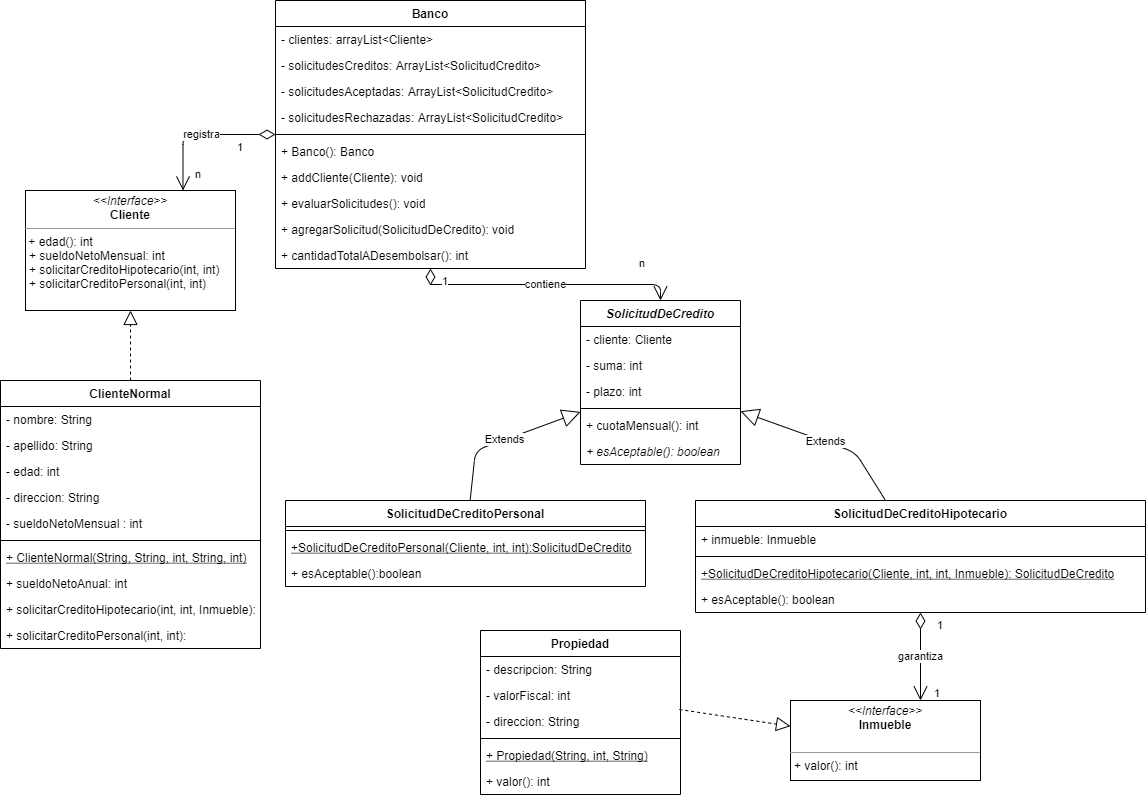
Before: src/tp6/unq/bancoyprestamos/BancoyPrestamos-UML.png, a diagram exported from draw.io (CundariNicolas/unqui-poo2-cundari). Source tidied: cells renumbered, new cells last; positions are measured from the earlier drawing's top-left corner, leaving out a move shared by most shapes.
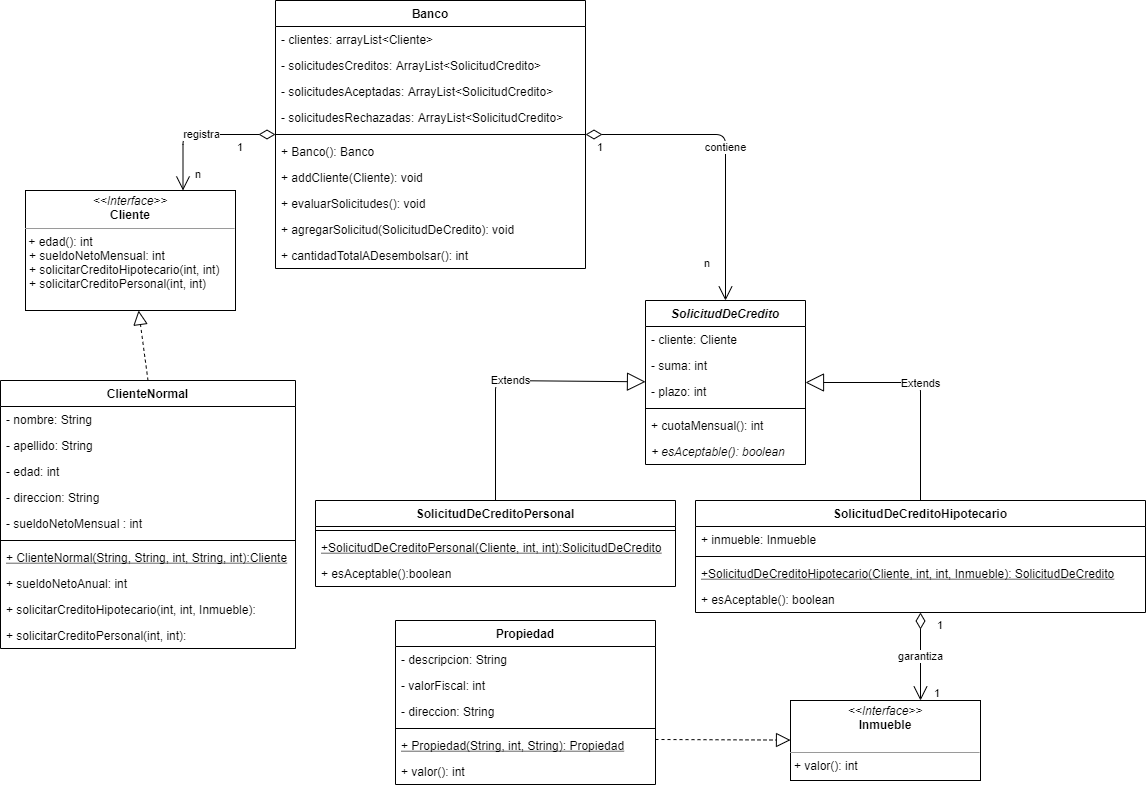
The same file after the commit.

What changed in the source:
```diff
@@ -3,37 +3,37 @@
     <mxCell id="0" />
     <mxCell id="1" parent="0" />
     <mxCell id="2" value="ClienteNormal" style="swimlane;fontStyle=1;align=center;verticalAlign=top;horizontal=1;startSize=26;" parent="1" vertex="1">
-      <mxGeometry y="380" width="260" height="268" as="geometry" />
+      <mxGeometry y="380" width="295" height="268" as="geometry" />
     </mxCell>
     <mxCell id="3" value="- nombre: String" style="text;strokeColor=none;fillColor=none;align=left;verticalAlign=top;spacingLeft=4;spacingRight=4;overflow=hidden;" parent="2" vertex="1">
-      <mxGeometry y="26" width="260" height="26" as="geometry" />
+      <mxGeometry y="26" width="295" height="26" as="geometry" />
     </mxCell>
     <mxCell id="4" value="- apellido: String" style="text;strokeColor=none;fillColor=none;align=left;verticalAlign=top;spacingLeft=4;spacingRight=4;overflow=hidden;" parent="2" vertex="1">
-      <mxGeometry y="52" width="260" height="26" as="geometry" />
+      <mxGeometry y="52" width="295" height="26" as="geometry" />
     </mxCell>
     <mxCell id="5" value="- edad: int" style="text;strokeColor=none;fillColor=none;align=left;verticalAlign=top;spacingLeft=4;spacingRight=4;overflow=hidden;" parent="2" vertex="1">
-      <mxGeometry y="78" width="260" height="26" as="geometry" />
+      <mxGeometry y="78" width="295" height="26" as="geometry" />
     </mxCell>
     <mxCell id="6" value="- direccion: String" style="text;strokeColor=none;fillColor=none;align=left;verticalAlign=top;spacingLeft=4;spacingRight=4;overflow=hidden;" parent="2" vertex="1">
-      <mxGeometry y="104" width="260" height="26" as="geometry" />
+      <mxGeometry y="104" width="295" height="26" as="geometry" />
     </mxCell>
     <mxCell id="7" value="- sueldoNetoMensual : int" style="text;strokeColor=none;fillColor=none;align=left;verticalAlign=top;spacingLeft=4;spacingRight=4;overflow=hidden;" parent="2" vertex="1">
-      <mxGeometry y="130" width="260" height="26" as="geometry" />
+      <mxGeometry y="130" width="295" height="26" as="geometry" />
     </mxCell>
     <mxCell id="8" style="line;strokeWidth=1;fillColor=none;align=left;verticalAlign=middle;spacingTop=-1;spacingLeft=3;spacingRight=3;labelPosition=right;" parent="2" vertex="1">
-      <mxGeometry y="156" width="260" height="8" as="geometry" />
+      <mxGeometry y="156" width="295" height="8" as="geometry" />
     </mxCell>
-    <mxCell id="9" value="+ ClienteNormal(String, String, int, String, int)" style="text;strokeColor=none;fillColor=none;align=left;verticalAlign=top;spacingLeft=4;spacingRight=4;overflow=hidden;fontStyle=4;" parent="2" vertex="1">
-      <mxGeometry y="164" width="260" height="26" as="geometry" />
+    <mxCell id="9" value="+ ClienteNormal(String, String, int, String, int):Cliente" style="text;strokeColor=none;fillColor=none;align=left;verticalAlign=top;spacingLeft=4;spacingRight=4;overflow=hidden;fontStyle=4;" parent="2" vertex="1">
+      <mxGeometry y="164" width="295" height="26" as="geometry" />
     </mxCell>
     <mxCell id="10" value="+ sueldoNetoAnual: int" style="text;strokeColor=none;fillColor=none;align=left;verticalAlign=top;spacingLeft=4;spacingRight=4;overflow=hidden;" parent="2" vertex="1">
-      <mxGeometry y="190" width="260" height="26" as="geometry" />
+      <mxGeometry y="190" width="295" height="26" as="geometry" />
     </mxCell>
     <mxCell id="11" value="+ solicitarCreditoHipotecario(int, int, Inmueble): " style="text;strokeColor=none;fillColor=none;align=left;verticalAlign=top;spacingLeft=4;spacingRight=4;overflow=hidden;" parent="2" vertex="1">
-      <mxGeometry y="216" width="260" height="26" as="geometry" />
+      <mxGeometry y="216" width="295" height="26" as="geometry" />
     </mxCell>
     <mxCell id="12" value="+ solicitarCreditoPersonal(int, int): " style="text;strokeColor=none;fillColor=none;align=left;verticalAlign=top;spacingLeft=4;spacingRight=4;overflow=hidden;" parent="2" vertex="1">
-      <mxGeometry y="242" width="260" height="26" as="geometry" />
+      <mxGeometry y="242" width="295" height="26" as="geometry" />
     </mxCell>
     <mxCell id="13" value="Banco" style="swimlane;fontStyle=1;align=center;verticalAlign=top;horizontal=1;startSize=26;" parent="1" vertex="1">
       <mxGeometry x="275" width="310" height="268" as="geometry" />
@@ -69,7 +69,7 @@
       <mxGeometry y="242" width="310" height="26" as="geometry" />
     </mxCell>
     <mxCell id="24" value="SolicitudDeCredito" style="swimlane;fontStyle=3;align=center;verticalAlign=top;horizontal=1;startSize=26;" parent="1" vertex="1">
-      <mxGeometry x="580" y="300" width="160" height="164" as="geometry" />
+      <mxGeometry x="645" y="300" width="160" height="164" as="geometry" />
     </mxCell>
     <mxCell id="25" value="- cliente: Cliente" style="text;strokeColor=none;fillColor=none;align=left;verticalAlign=top;spacingLeft=4;spacingRight=4;overflow=hidden;" parent="24" vertex="1">
       <mxGeometry y="26" width="160" height="26" as="geometry" />
@@ -96,7 +96,7 @@
       <mxGeometry relative="1" as="geometry" />
     </mxCell>
     <mxCell id="33" value="SolicitudDeCreditoPersonal" style="swimlane;fontStyle=1;align=center;verticalAlign=top;horizontal=1;startSize=26;" parent="1" vertex="1">
-      <mxGeometry x="285" y="500" width="360" height="86" as="geometry" />
+      <mxGeometry x="315" y="500" width="360" height="86" as="geometry" />
     </mxCell>
     <mxCell id="34" style="line;strokeWidth=1;fillColor=none;align=left;verticalAlign=middle;spacingTop=-1;spacingLeft=3;spacingRight=3;labelPosition=right;" parent="33" vertex="1">
       <mxGeometry y="26" width="360" height="8" as="geometry" />
@@ -125,14 +125,14 @@
     <mxCell id="42" value="Extends" style="endArrow=block;endSize=16;endFill=0;html=1;" parent="1" edge="1" source="37" target="24">
       <mxGeometry relative="1" as="geometry">
         <Array as="points">
-          <mxPoint x="855" y="452" />
+          <mxPoint x="920" y="382" />
         </Array>
       </mxGeometry>
     </mxCell>
     <mxCell id="43" value="Extends" style="endArrow=block;endSize=16;endFill=0;html=1;" parent="1" edge="1" source="33" target="24">
       <mxGeometry relative="1" as="geometry">
         <Array as="points">
-          <mxPoint x="475" y="450" />
+          <mxPoint x="495" y="380" />
         </Array>
       </mxGeometry>
     </mxCell>
@@ -166,27 +166,27 @@
       <mxGeometry x="790" y="700" width="190" height="80" as="geometry" />
     </mxCell>
     <mxCell id="51" value="Propiedad" style="swimlane;fontStyle=1;align=center;verticalAlign=top;horizontal=1;startSize=26;" parent="1" vertex="1">
-      <mxGeometry x="480" y="630" width="200" height="164" as="geometry" />
+      <mxGeometry x="395" y="620" width="260" height="164" as="geometry" />
     </mxCell>
     <mxCell id="52" value="- descripcion: String" style="text;strokeColor=none;fillColor=none;align=left;verticalAlign=top;spacingLeft=4;spacingRight=4;overflow=hidden;" parent="51" vertex="1">
-      <mxGeometry y="26" width="200" height="26" as="geometry" />
+      <mxGeometry y="26" width="260" height="26" as="geometry" />
     </mxCell>
     <mxCell id="53" value="- valorFiscal: int" style="text;strokeColor=none;fillColor=none;align=left;verticalAlign=top;spacingLeft=4;spacingRight=4;overflow=hidden;points=[[0,0.5],[1,0.5]];portConstraint=eastwest;" parent="51" vertex="1">
-      <mxGeometry y="52" width="200" height="26" as="geometry" />
+      <mxGeometry y="52" width="260" height="26" as="geometry" />
     </mxCell>
     <mxCell id="54" value="- direccion: String" style="text;strokeColor=none;fillColor=none;align=left;verticalAlign=top;spacingLeft=4;spacingRight=4;overflow=hidden;" parent="51" vertex="1">
-      <mxGeometry y="78" width="200" height="26" as="geometry" />
+      <mxGeometry y="78" width="260" height="26" as="geometry" />
     </mxCell>
     <mxCell id="55" style="line;strokeWidth=1;fillColor=none;align=left;verticalAlign=middle;spacingTop=-1;spacingLeft=3;spacingRight=3;labelPosition=right;" parent="51" vertex="1">
-      <mxGeometry y="104" width="200" height="8" as="geometry" />
+      <mxGeometry y="104" width="260" height="8" as="geometry" />
     </mxCell>
-    <mxCell id="56" value="+ Propiedad(String, int, String)" style="text;strokeColor=none;fillColor=none;align=left;verticalAlign=top;spacingLeft=4;spacingRight=4;overflow=hidden;points=[[0,0.5],[1,0.5]];portConstraint=eastwest;fontStyle=4;" parent="51" vertex="1">
-      <mxGeometry y="112" width="200" height="26" as="geometry" />
+    <mxCell id="56" value="+ Propiedad(String, int, String): Propiedad" style="text;strokeColor=none;fillColor=none;align=left;verticalAlign=top;spacingLeft=4;spacingRight=4;overflow=hidden;points=[[0,0.5],[1,0.5]];portConstraint=eastwest;fontStyle=4;" parent="51" vertex="1">
+      <mxGeometry y="112" width="260" height="26" as="geometry" />
     </mxCell>
     <mxCell id="57" value="+ valor(): int" style="text;strokeColor=none;fillColor=none;align=left;verticalAlign=top;spacingLeft=4;spacingRight=4;overflow=hidden;" parent="51" vertex="1">
-      <mxGeometry y="138" width="200" height="26" as="geometry" />
+      <mxGeometry y="138" width="260" height="26" as="geometry" />
     </mxCell>
-    <mxCell id="58" style="endArrow=block;dashed=1;endFill=0;endSize=12;html=1;exitX=0.994;exitY=1.038;exitDx=0;exitDy=0;exitPerimeter=0;" parent="1" edge="1" source="53" target="50">
+    <mxCell id="58" style="endArrow=block;dashed=1;endFill=0;endSize=12;html=1;exitX=1;exitY=0.269;exitDx=0;exitDy=0;exitPerimeter=0;" parent="1" edge="1" source="56" target="50">
       <mxGeometry relative="1" as="geometry" />
     </mxCell>
     <mxCell id="59" value="garantiza" style="endArrow=open;html=1;endSize=12;startArrow=diamondThin;startSize=14;startFill=0;edgeStyle=orthogonalEdgeStyle;" parent="1" edge="1" source="37" target="50">
```
